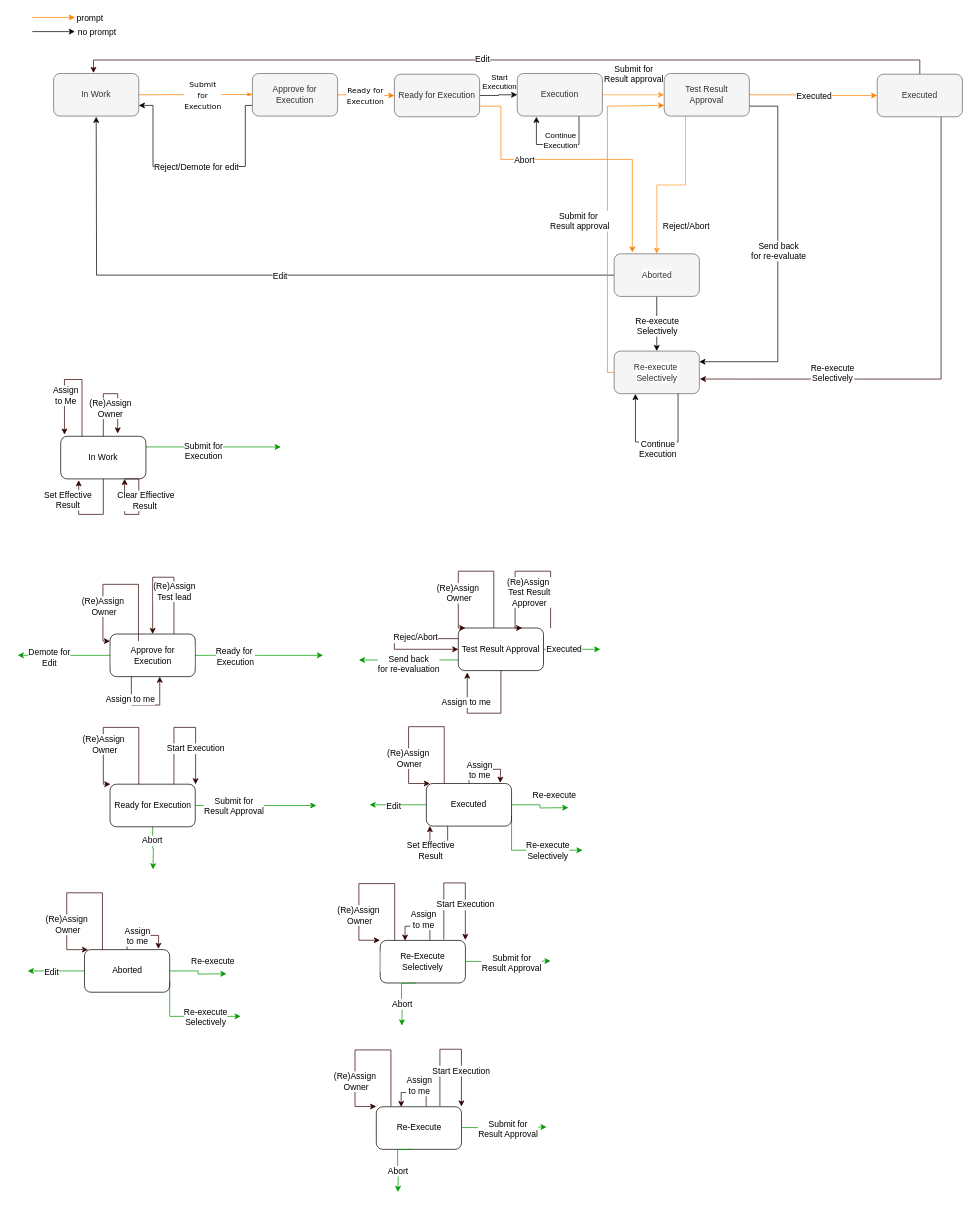
Earlier version of the draw.io diagram TestProtocolWorkflowDiagram.drawio (szvatai1985/drawio_files). Source tidied: cells renumbered, new cells numbered last; positions are measured from the earlier drawing's top-left corner, leaving out a move shared by most shapes. Both pictures are drawn from the tidied source at 71%, with x=0, y=0 at pixel (18, 17).
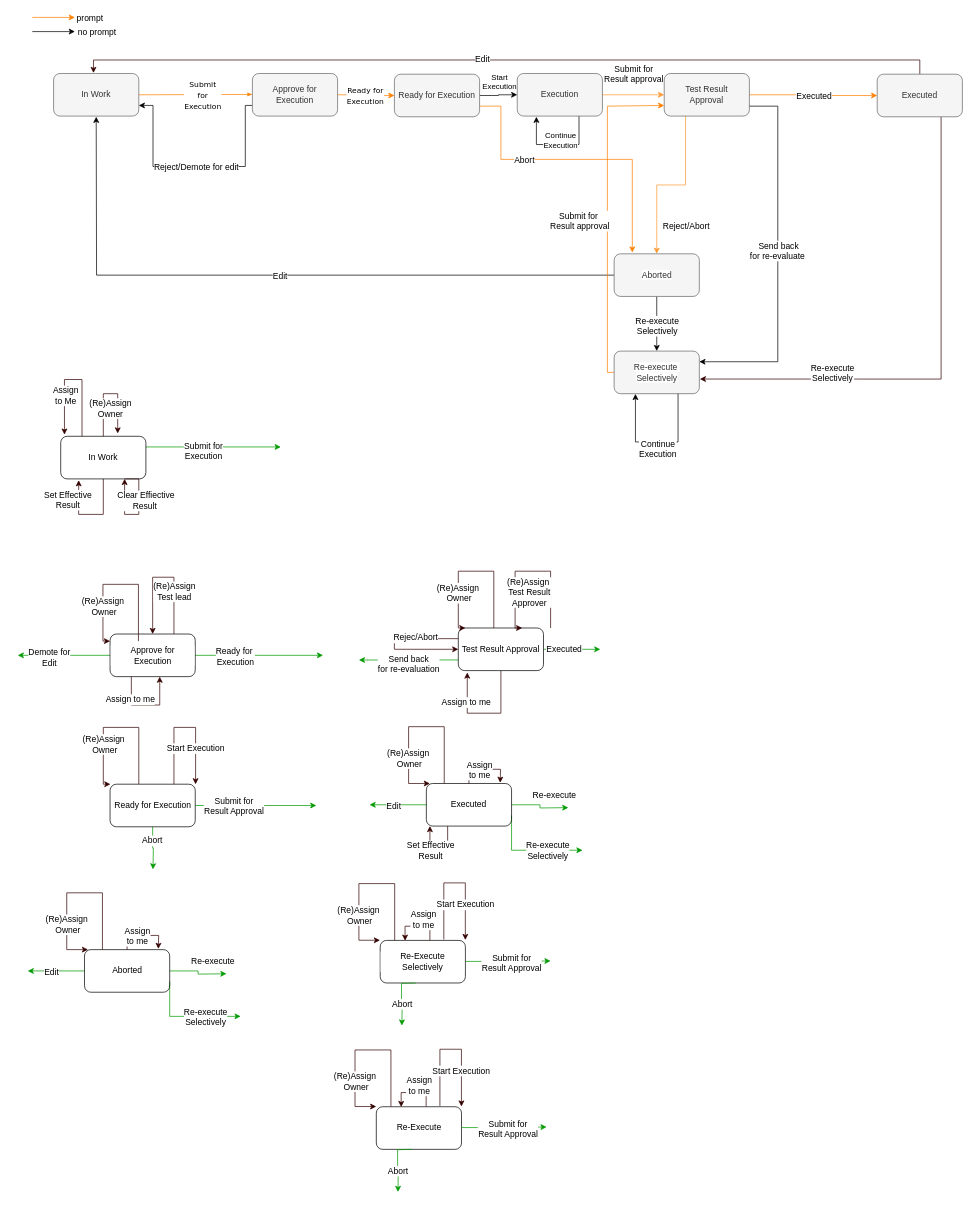
Above is the later version.

Commit message:
just a space to see if it goes up to github

The change refers to these unchanged cells:
```xml
<mxCell id="20" style="edgeStyle=orthogonalEdgeStyle;rounded=0;jettySize=auto;html=1;exitX=1;exitY=0.75;exitDx=0;exitDy=0;strokeColor=#000000;entryX=1;entryY=0.25;entryDx=0;entryDy=0;" parent="1" edge="1" source="24" target="37">
  <mxGeometry relative="1" as="geometry">
    <Array as="points">
      <mxPoint x="1070" y="125" />
      <mxPoint x="1070" y="485" />
    </Array>
  </mxGeometry>
</mxCell>
```

What changed in the source:
```diff
@@
-    <mxCell id="21" value="Send back &lt;br&gt;for re-evaluate" style="text;html=1;align=center;verticalAlign=middle;labelBackgroundColor=#ffffff;fontColor=#000000;" parent="20" vertex="1">
+    <mxCell id="21" value="Send back &lt;br&gt;for re-evaluate&amp;nbsp;" style="text;html=1;align=center;verticalAlign=middle;labelBackgroundColor=#ffffff;fontColor=#000000;" parent="20" vertex="1">
       <mxGeometry x="0.3" relative="1" as="geometry">
         <mxPoint y="-88" as="offset" />
       </mxGeometry>
     </mxCell>
```
